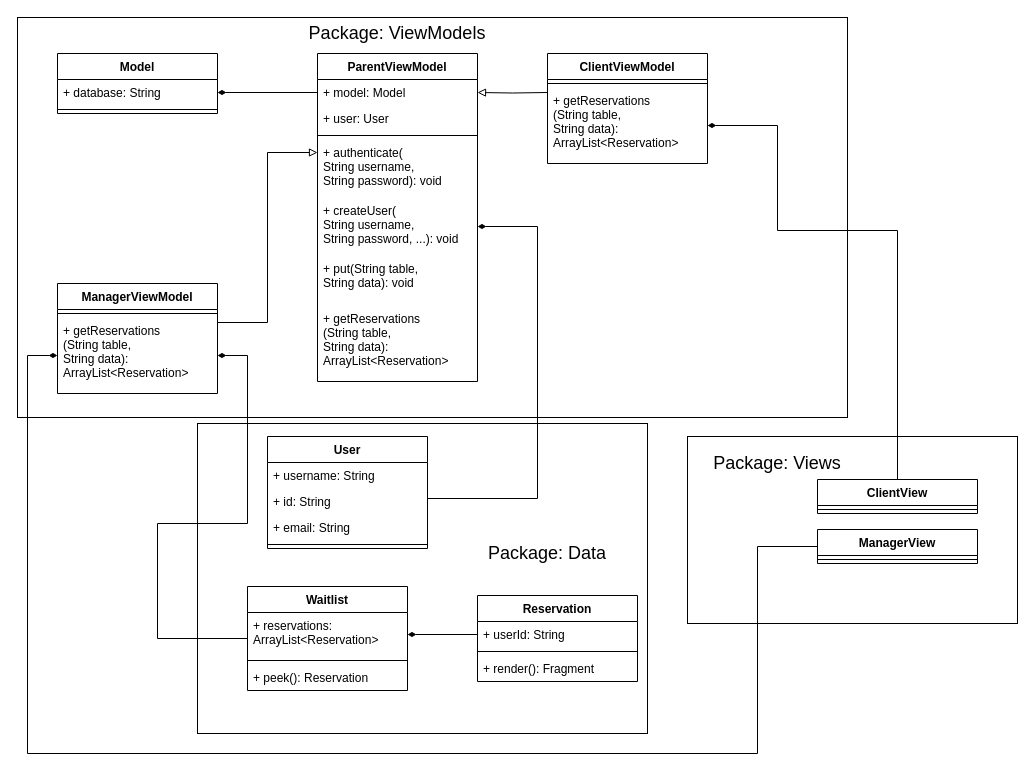
Before: docs/cs3200_p1_dax_thompson.drawio in daxinator22/cs3200_p3_dax_thompson, a draw.io diagram. Source tidied: cells renumbered, new cells numbered last; positions are measured from the earlier drawing's top-left corner, leaving out a move shared by most shapes. Both pictures are drawn from the tidied source at 100%, with x=0, y=0 at pixel (17, 17).
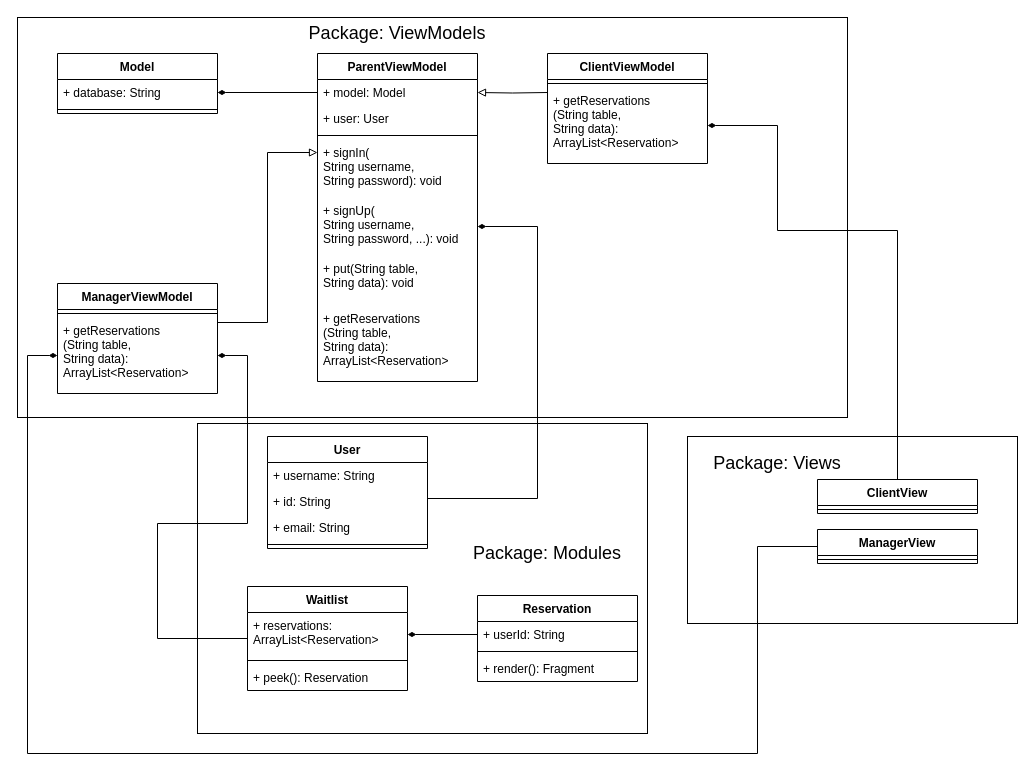
Above is the later version.

Unchanged cells that the change refers to:
```xml
<mxCell id="8" value="ParentViewModel" style="swimlane;fontStyle=1;align=center;verticalAlign=top;horizontal=1;startSize=26;" parent="1" vertex="1">
  <mxGeometry x="300" y="36" width="160" height="328" as="geometry" />
</mxCell>
```

The edit, as a diff of the source:
```diff
@@
-    <mxCell id="12" value="+ authenticate(&#10;String username, &#10;String password): void" style="text;strokeColor=none;fillColor=none;align=left;verticalAlign=top;spacingLeft=4;spacingRight=4;overflow=hidden;" parent="8" vertex="1">
+    <mxCell id="12" value="+ signIn(&#10;String username, &#10;String password): void" style="text;strokeColor=none;fillColor=none;align=left;verticalAlign=top;spacingLeft=4;spacingRight=4;overflow=hidden;" parent="8" vertex="1">
       <mxGeometry y="86" width="160" height="58" as="geometry" />
     </mxCell>
-    <mxCell id="13" value="+ createUser(&#10;String username, &#10;String password, ...): void" style="text;strokeColor=none;fillColor=none;align=left;verticalAlign=top;spacingLeft=4;spacingRight=4;overflow=hidden;points=[[0,0.5],[1,0.5]];portConstraint=eastwest;" parent="8" vertex="1">
+    <mxCell id="13" value="+ signUp(&#10;String username, &#10;String password, ...): void" style="text;strokeColor=none;fillColor=none;align=left;verticalAlign=top;spacingLeft=4;spacingRight=4;overflow=hidden;points=[[0,0.5],[1,0.5]];portConstraint=eastwest;" parent="8" vertex="1">
       <mxGeometry y="144" width="160" height="58" as="geometry" />
     </mxCell>
@@
-    <mxCell id="48" value="Package: Data" style="text;html=1;strokeColor=none;fillColor=none;align=center;verticalAlign=middle;whiteSpace=wrap;rounded=0;fontSize=18;fontStyle=0;" parent="1" vertex="1">
+    <mxCell id="48" value="Package: Modules" style="text;html=1;strokeColor=none;fillColor=none;align=center;verticalAlign=middle;whiteSpace=wrap;rounded=0;fontSize=18;fontStyle=0;" parent="1" vertex="1">
       <mxGeometry x="440" y="526" width="180" height="20" as="geometry" />
     </mxCell>
```
